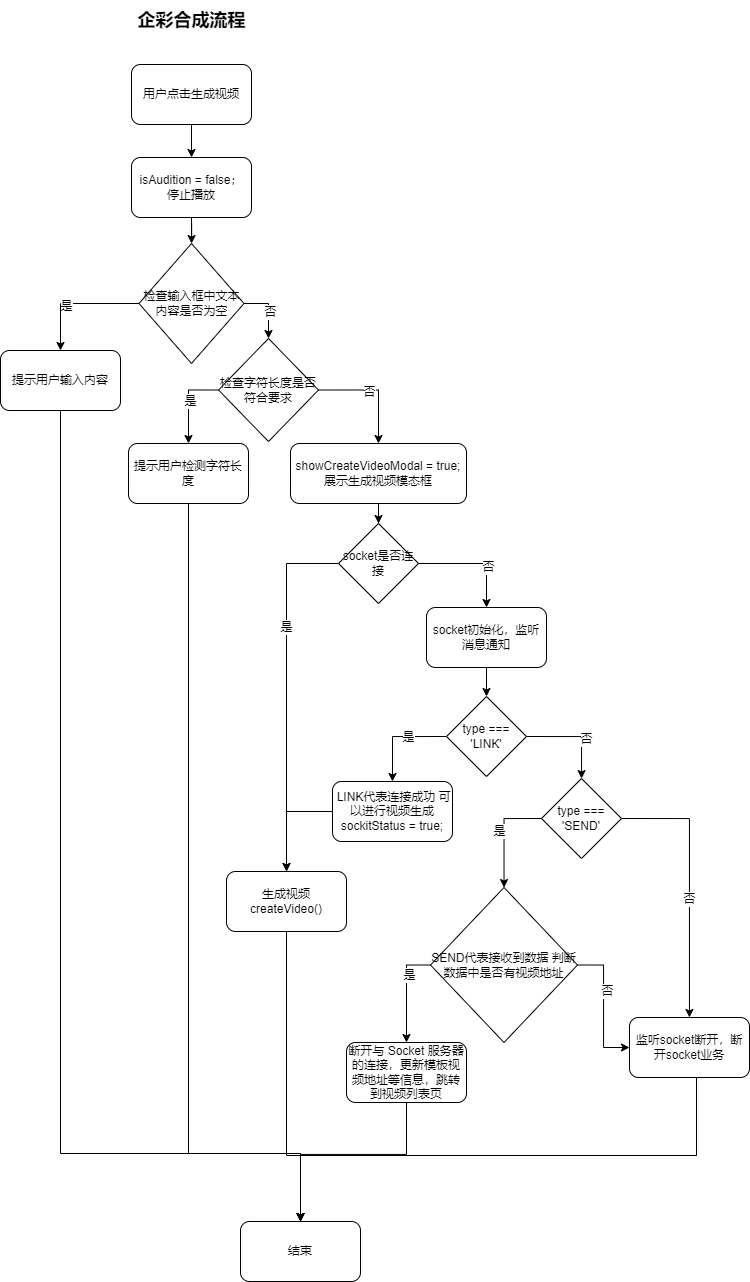
Above: 企彩合成视频流程.drawio.png in hyxux/admin-manage (draw.io), before the change. Source tidied: cells renumbered, new cells last; positions are measured from the earlier drawing's top-left corner, leaving out a move shared by most shapes.
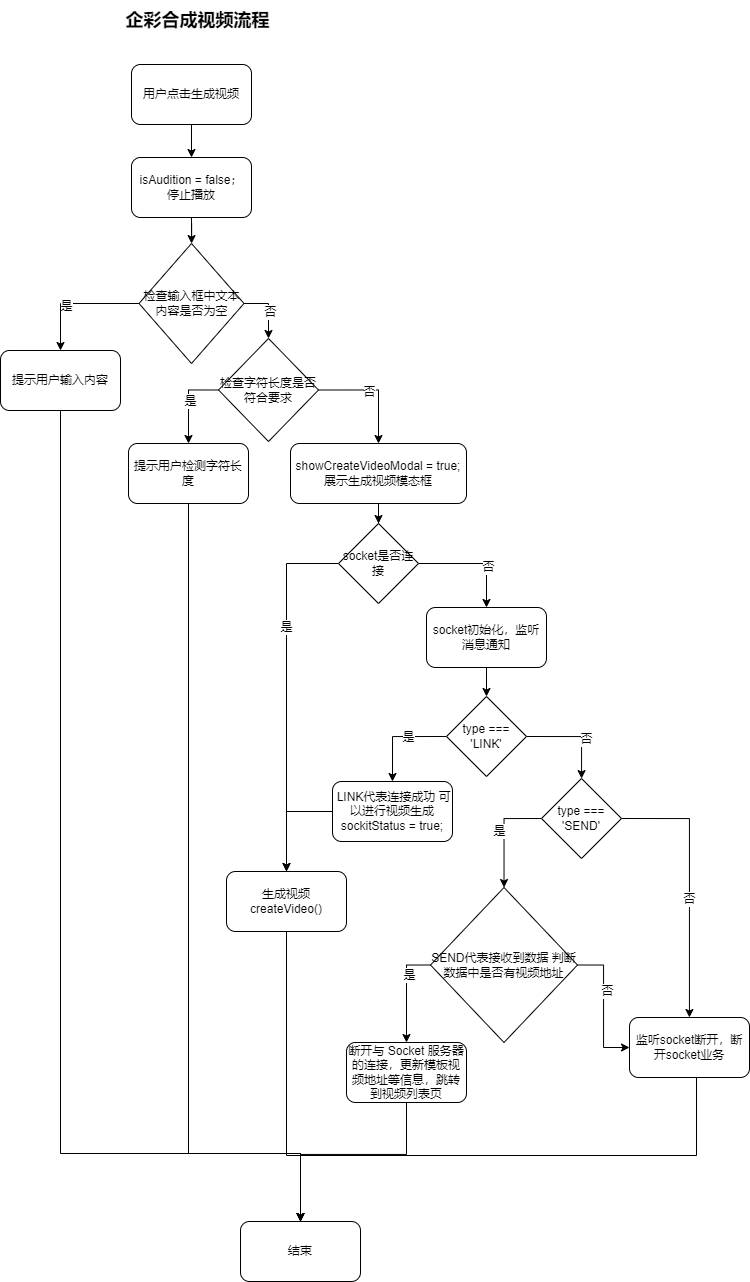
The same file after the commit.

Commit message:
更新企彩合成视频流程.drawio.png

Change to the diagram source:
```diff
@@ -64,8 +64,8 @@
     <mxCell id="17" value="提示用户检测字符长度" style="rounded=1;whiteSpace=wrap;html=1;" parent="1" vertex="1">
       <mxGeometry x="128" y="443" width="120" height="60" as="geometry" />
     </mxCell>
-    <mxCell id="18" value="&lt;b&gt;&lt;font style=&quot;font-size: 18px;&quot;&gt;企彩合成流程&lt;/font&gt;&lt;/b&gt;" style="text;html=1;strokeColor=none;fillColor=none;align=center;verticalAlign=middle;whiteSpace=wrap;rounded=0;" parent="1" vertex="1">
-      <mxGeometry x="118.5" width="145" height="40" as="geometry" />
+    <mxCell id="18" value="&lt;b&gt;&lt;font style=&quot;font-size: 18px;&quot;&gt;企彩合成视频流程&lt;/font&gt;&lt;/b&gt;" style="text;html=1;strokeColor=none;fillColor=none;align=center;verticalAlign=middle;whiteSpace=wrap;rounded=0;" parent="1" vertex="1">
+      <mxGeometry x="118.5" width="156.5" height="40" as="geometry" />
     </mxCell>
     <mxCell id="19" style="edgeStyle=orthogonalEdgeStyle;rounded=0;jettySize=auto;html=1;exitX=0.5;exitY=1;exitDx=0;exitDy=0;" parent="1" edge="1" source="20" target="8">
       <mxGeometry relative="1" as="geometry" />
```
